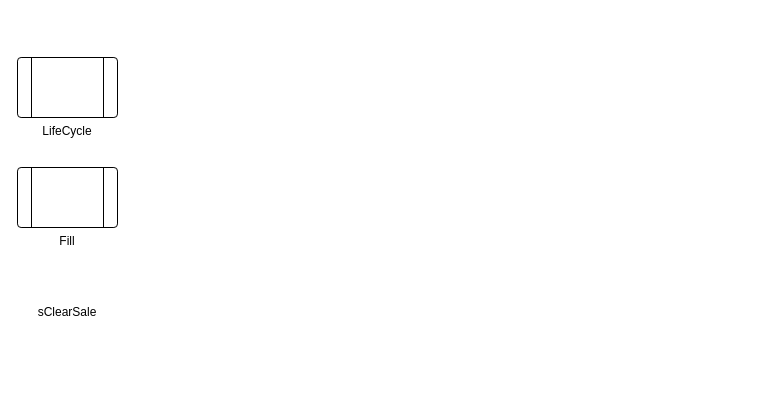
Before: NotifyPointOfSale.drawio in suzuki-taro-29/FRP-chap4-diagrams, a draw.io diagram. Source tidied: cells renumbered, new cells numbered last; positions are measured from the earlier drawing's top-left corner, leaving out a move shared by most shapes. Both pictures are drawn from the tidied source at 100%, with x=0, y=0 at pixel (17, 57).
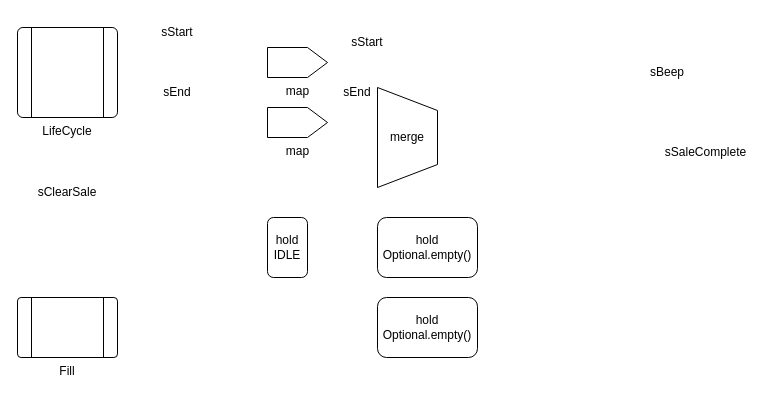
Above is the later version.

Commit message (it also covers changes not shown here):
NotifyPointOfSale.drawio を更新します

Change to the diagram source:
```diff
@@
 <mxGraphModel>
   <root>
     <mxCell id="0" />
     <mxCell id="1" parent="0" />
     <mxCell id="2" value="LifeCycle" style="verticalLabelPosition=bottom;verticalAlign=top;html=1;shape=process;whiteSpace=wrap;rounded=1;size=0.14;arcSize=6;" parent="1" vertex="1">
-      <mxGeometry width="100" height="60" as="geometry" />
+      <mxGeometry y="-30" width="100" height="90" as="geometry" />
     </mxCell>
     <mxCell id="3" value="Fill" style="verticalLabelPosition=bottom;verticalAlign=top;html=1;shape=process;whiteSpace=wrap;rounded=1;size=0.14;arcSize=6;" parent="1" vertex="1">
-      <mxGeometry y="110" width="100" height="60" as="geometry" />
+      <mxGeometry y="240" width="100" height="60" as="geometry" />
     </mxCell>
     <mxCell id="4" value="sClearSale" style="text;html=1;align=center;verticalAlign=middle;whiteSpace=wrap;rounded=0;" parent="1" vertex="1">
-      <mxGeometry x="20" y="240" width="60" height="30" as="geometry" />
+      <mxGeometry x="20" y="120" width="60" height="30" as="geometry" />
     </mxCell>
+    <mxCell id="5" value="hold&lt;div&gt;IDLE&lt;/div&gt;" style="rounded=1;whiteSpace=wrap;html=1;" parent="1" vertex="1">
+      <mxGeometry x="250" y="160" width="40" height="60" as="geometry" />
+    </mxCell>
+    <mxCell id="6" value="map" style="verticalLabelPosition=bottom;verticalAlign=top;html=1;shape=offPageConnector;rounded=0;size=0.3333333333333333;direction=north;" parent="1" vertex="1">
+      <mxGeometry x="250" y="-10" width="60" height="30" as="geometry" />
+    </mxCell>
+    <mxCell id="7" value="merge" style="verticalLabelPosition=middle;verticalAlign=middle;html=1;shape=trapezoid;perimeter=trapezoidPerimeter;whiteSpace=wrap;size=0.23;arcSize=10;flipV=1;labelPosition=center;align=center;direction=south;" parent="1" vertex="1">
+      <mxGeometry x="360" y="30" width="60" height="100" as="geometry" />
+    </mxCell>
+    <mxCell id="8" value="map" style="verticalLabelPosition=bottom;verticalAlign=top;html=1;shape=offPageConnector;rounded=0;size=0.3333333333333333;direction=north;" parent="1" vertex="1">
+      <mxGeometry x="250" y="50" width="60" height="30" as="geometry" />
+    </mxCell>
+    <mxCell id="9" value="sStart" style="text;html=1;align=center;verticalAlign=middle;whiteSpace=wrap;rounded=0;" parent="1" vertex="1">
+      <mxGeometry x="130" y="-40" width="60" height="30" as="geometry" />
+    </mxCell>
+    <mxCell id="10" value="sEnd" style="text;html=1;align=center;verticalAlign=middle;whiteSpace=wrap;rounded=0;" parent="1" vertex="1">
+      <mxGeometry x="130" y="20" width="60" height="30" as="geometry" />
+    </mxCell>
+    <mxCell id="11" value="hold&lt;div&gt;Optional.empty()&lt;/div&gt;" style="rounded=1;whiteSpace=wrap;html=1;" parent="1" vertex="1">
+      <mxGeometry x="360" y="160" width="100" height="60" as="geometry" />
+    </mxCell>
+    <mxCell id="12" value="hold&lt;div&gt;Optional.empty()&lt;/div&gt;" style="rounded=1;whiteSpace=wrap;html=1;" parent="1" vertex="1">
+      <mxGeometry x="360" y="240" width="100" height="60" as="geometry" />
+    </mxCell>
+    <mxCell id="13" value="sBeep" style="text;html=1;align=center;verticalAlign=middle;whiteSpace=wrap;rounded=0;" parent="1" vertex="1">
+      <mxGeometry x="630" width="40" height="30" as="geometry" />
+    </mxCell>
+    <mxCell id="14" value="sSaleComplete" style="text;html=1;align=center;verticalAlign=middle;whiteSpace=wrap;rounded=0;" parent="1" vertex="1">
+      <mxGeometry x="647" y="80" width="83" height="30" as="geometry" />
+    </mxCell>
+    <mxCell id="15" value="sStart" style="text;html=1;align=center;verticalAlign=middle;whiteSpace=wrap;rounded=0;" parent="1" vertex="1">
+      <mxGeometry x="320" y="-30" width="60" height="30" as="geometry" />
+    </mxCell>
+    <mxCell id="16" value="sEnd" style="text;html=1;align=center;verticalAlign=middle;whiteSpace=wrap;rounded=0;" parent="1" vertex="1">
+      <mxGeometry x="310" y="20" width="60" height="30" as="geometry" />
+    </mxCell>
   </root>
 </mxGraphModel>
```
